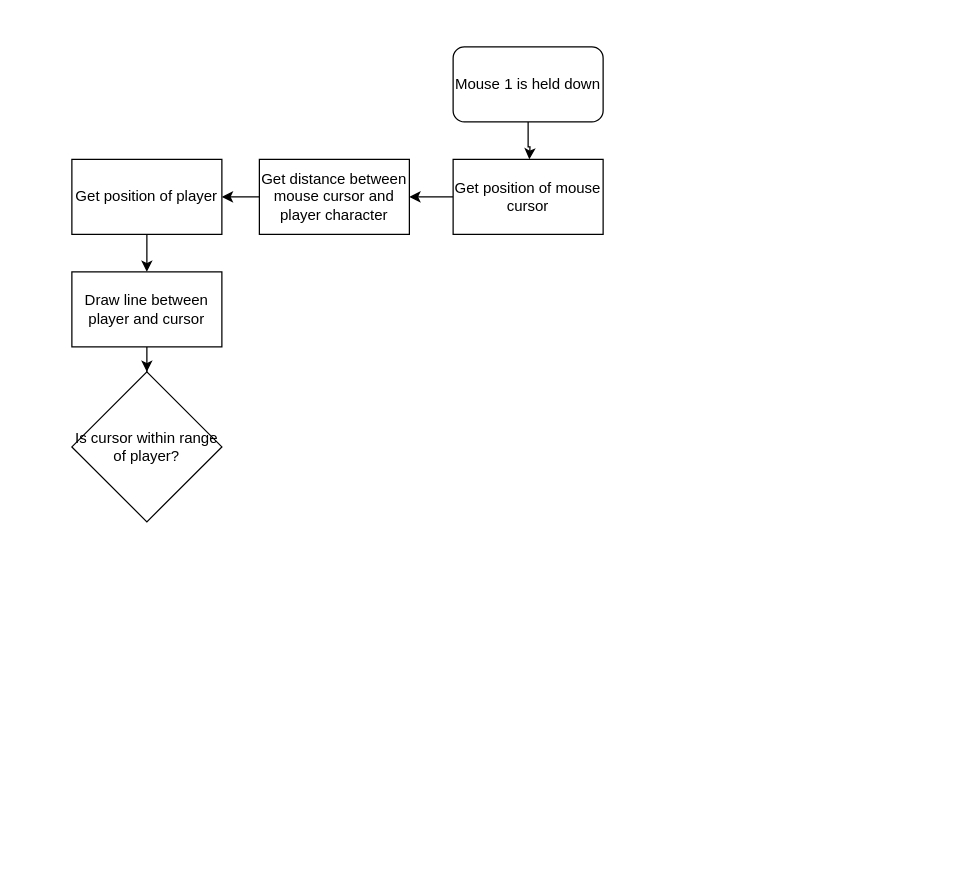
DanSohler/Game-Prototyping_Fundamental keeps this draw.io diagram as AM2L_Pseudocode.drawio. Above is the earlier version. Source tidied: cells renumbered, new cells numbered last; positions are measured from the earlier drawing's top-left corner, leaving out a move shared by most shapes. Both pictures are drawn from the tidied source at 125%, with x=0, y=0 at pixel (71, 46).
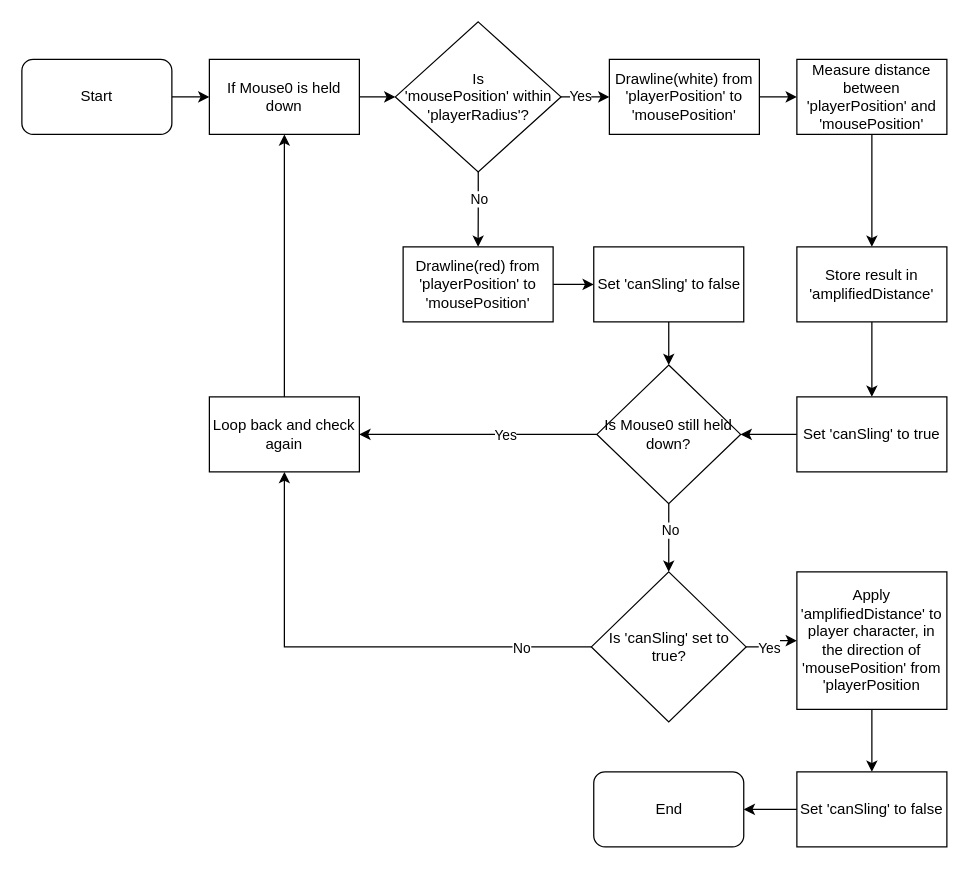
Above is the later version.

Change to the diagram source:
```diff
@@
-    <mxCell id="2" style="edgeStyle=orthogonalEdgeStyle;rounded=0;jettySize=auto;html=1;" parent="1" edge="1" source="3">
-      <mxGeometry relative="1" as="geometry">
-        <mxPoint x="366" y="90" as="targetPoint" />
-      </mxGeometry>
-    </mxCell>
-    <mxCell id="3" value="Mouse 1 is held down" style="rounded=1;whiteSpace=wrap;html=1;" parent="1" vertex="1">
-      <mxGeometry x="305" width="120" height="60" as="geometry" />
-    </mxCell>
-    <mxCell id="4" style="edgeStyle=orthogonalEdgeStyle;rounded=0;jettySize=auto;html=1;" parent="1" edge="1" source="5" target="11">
-      <mxGeometry relative="1" as="geometry" />
-    </mxCell>
-    <mxCell id="5" value="Get position of mouse cursor" style="rounded=0;whiteSpace=wrap;html=1;" parent="1" vertex="1">
-      <mxGeometry x="305" y="90" width="120" height="60" as="geometry" />
-    </mxCell>
-    <mxCell id="6" style="edgeStyle=orthogonalEdgeStyle;rounded=0;jettySize=auto;html=1;" parent="1" edge="1" source="7" target="9">
-      <mxGeometry relative="1" as="geometry" />
-    </mxCell>
-    <mxCell id="7" value="Get position of player" style="rounded=0;whiteSpace=wrap;html=1;" parent="1" vertex="1">
-      <mxGeometry y="90" width="120" height="60" as="geometry" />
-    </mxCell>
-    <mxCell id="8" style="edgeStyle=orthogonalEdgeStyle;rounded=0;jettySize=auto;html=1;" parent="1" edge="1" source="9" target="12">
-      <mxGeometry relative="1" as="geometry" />
-    </mxCell>
-    <mxCell id="9" value="Draw line between player and cursor" style="rounded=0;whiteSpace=wrap;html=1;" parent="1" vertex="1">
-      <mxGeometry y="180" width="120" height="60" as="geometry" />
-    </mxCell>
-    <mxCell id="10" style="edgeStyle=orthogonalEdgeStyle;rounded=0;jettySize=auto;html=1;" parent="1" edge="1" source="11" target="7">
-      <mxGeometry relative="1" as="geometry" />
-    </mxCell>
-    <mxCell id="11" value="Get distance between mouse cursor and player character" style="rounded=0;whiteSpace=wrap;html=1;" parent="1" vertex="1">
-      <mxGeometry x="150" y="90" width="120" height="60" as="geometry" />
-    </mxCell>
-    <mxCell id="12" value="Is cursor within range of player?" style="rhombus;whiteSpace=wrap;html=1;" parent="1" vertex="1">
-      <mxGeometry y="260" width="120" height="120" as="geometry" />
-    </mxCell>
+    <mxCell id="13" style="edgeStyle=orthogonalEdgeStyle;rounded=0;jettySize=auto;html=1;" parent="1" edge="1" source="14" target="16">
+      <mxGeometry relative="1" as="geometry" />
+    </mxCell>
+    <mxCell id="14" value="Start" style="rounded=1;whiteSpace=wrap;html=1;" parent="1" vertex="1">
+      <mxGeometry x="-40" y="10" width="120" height="60" as="geometry" />
+    </mxCell>
+    <mxCell id="15" style="edgeStyle=orthogonalEdgeStyle;rounded=0;jettySize=auto;html=1;" parent="1" edge="1" source="16" target="21">
+      <mxGeometry relative="1" as="geometry" />
+    </mxCell>
+    <mxCell id="16" value="If Mouse0 is held down" style="rounded=0;whiteSpace=wrap;html=1;" parent="1" vertex="1">
+      <mxGeometry x="110" y="10" width="120" height="60" as="geometry" />
+    </mxCell>
+    <mxCell id="17" style="edgeStyle=orthogonalEdgeStyle;rounded=0;jettySize=auto;html=1;" parent="1" edge="1" source="21" target="23">
+      <mxGeometry relative="1" as="geometry" />
+    </mxCell>
+    <mxCell id="18" value="Yes" style="edgeLabel;html=1;align=center;verticalAlign=middle;" parent="17" vertex="1">
+      <mxGeometry x="-0.26" y="1" relative="1" as="geometry" />
+    </mxCell>
+    <mxCell id="19" style="edgeStyle=orthogonalEdgeStyle;rounded=0;jettySize=auto;html=1;" parent="1" edge="1" source="21" target="36">
+      <mxGeometry relative="1" as="geometry" />
+    </mxCell>
+    <mxCell id="20" value="No" style="edgeLabel;html=1;align=center;verticalAlign=middle;" parent="19" vertex="1">
+      <mxGeometry x="-0.3" relative="1" as="geometry">
+        <mxPoint y="1" as="offset" />
+      </mxGeometry>
+    </mxCell>
+    <mxCell id="21" value="Is&lt;br&gt;'mousePosition' within 'playerRadius'?" style="rhombus;whiteSpace=wrap;html=1;" parent="1" vertex="1">
+      <mxGeometry x="258.8" y="-20" width="132.5" height="120" as="geometry" />
+    </mxCell>
+    <mxCell id="22" style="edgeStyle=orthogonalEdgeStyle;rounded=0;jettySize=auto;html=1;" parent="1" edge="1" source="23" target="25">
+      <mxGeometry relative="1" as="geometry" />
+    </mxCell>
+    <mxCell id="23" value="Drawline(white) from 'playerPosition' to 'mousePosition'" style="rounded=0;whiteSpace=wrap;html=1;" parent="1" vertex="1">
+      <mxGeometry x="430" y="10" width="120" height="60" as="geometry" />
+    </mxCell>
+    <mxCell id="24" style="edgeStyle=orthogonalEdgeStyle;rounded=0;jettySize=auto;html=1;" parent="1" edge="1" source="25" target="27">
+      <mxGeometry relative="1" as="geometry" />
+    </mxCell>
+    <mxCell id="25" value="Measure distance between 'playerPosition' and 'mousePosition'" style="rounded=0;whiteSpace=wrap;html=1;" parent="1" vertex="1">
+      <mxGeometry x="580" y="10" width="120" height="60" as="geometry" />
+    </mxCell>
+    <mxCell id="26" style="edgeStyle=orthogonalEdgeStyle;rounded=0;jettySize=auto;html=1;" parent="1" edge="1" source="27" target="29">
+      <mxGeometry relative="1" as="geometry" />
+    </mxCell>
+    <mxCell id="27" value="Store result in 'amplifiedDistance'" style="rounded=0;whiteSpace=wrap;html=1;" parent="1" vertex="1">
+      <mxGeometry x="580" y="160" width="120" height="60" as="geometry" />
+    </mxCell>
+    <mxCell id="28" style="edgeStyle=orthogonalEdgeStyle;rounded=0;jettySize=auto;html=1;" parent="1" edge="1" source="29" target="34">
+      <mxGeometry relative="1" as="geometry" />
+    </mxCell>
+    <mxCell id="29" value="Set 'canSling' to true" style="rounded=0;whiteSpace=wrap;html=1;" parent="1" vertex="1">
+      <mxGeometry x="580" y="280" width="120" height="60" as="geometry" />
+    </mxCell>
+    <mxCell id="30" style="edgeStyle=orthogonalEdgeStyle;rounded=0;jettySize=auto;html=1;" parent="1" edge="1" source="34" target="40">
+      <mxGeometry relative="1" as="geometry" />
+    </mxCell>
+    <mxCell id="31" value="Yes" style="edgeLabel;html=1;align=center;verticalAlign=middle;" parent="30" vertex="1">
+      <mxGeometry x="-0.22" relative="1" as="geometry" />
+    </mxCell>
+    <mxCell id="32" style="edgeStyle=orthogonalEdgeStyle;rounded=0;jettySize=auto;html=1;" parent="1" edge="1" source="34" target="45">
+      <mxGeometry relative="1" as="geometry" />
+    </mxCell>
+    <mxCell id="33" value="No" style="edgeLabel;html=1;align=center;verticalAlign=middle;" parent="32" vertex="1">
+      <mxGeometry x="-0.22" y="1" relative="1" as="geometry" />
+    </mxCell>
+    <mxCell id="34" value="Is Mouse0 still held down?" style="rhombus;whiteSpace=wrap;html=1;" parent="1" vertex="1">
+      <mxGeometry x="420" y="254.5" width="115" height="111" as="geometry" />
+    </mxCell>
+    <mxCell id="35" style="edgeStyle=orthogonalEdgeStyle;rounded=0;jettySize=auto;html=1;" parent="1" edge="1" source="36" target="38">
+      <mxGeometry relative="1" as="geometry" />
+    </mxCell>
+    <mxCell id="36" value="Drawline(red) from 'playerPosition' to 'mousePosition'" style="rounded=0;whiteSpace=wrap;html=1;" parent="1" vertex="1">
+      <mxGeometry x="265" y="160" width="120" height="60" as="geometry" />
+    </mxCell>
+    <mxCell id="37" style="edgeStyle=orthogonalEdgeStyle;rounded=0;jettySize=auto;html=1;" parent="1" edge="1" source="38" target="34">
+      <mxGeometry relative="1" as="geometry" />
+    </mxCell>
+    <mxCell id="38" value="Set 'canSling' to false" style="rounded=0;whiteSpace=wrap;html=1;" parent="1" vertex="1">
+      <mxGeometry x="417.5" y="160" width="120" height="60" as="geometry" />
+    </mxCell>
+    <mxCell id="39" style="edgeStyle=orthogonalEdgeStyle;rounded=0;jettySize=auto;html=1;entryX=0.5;entryY=1;entryDx=0;entryDy=0;" parent="1" edge="1" source="40" target="16">
+      <mxGeometry relative="1" as="geometry" />
+    </mxCell>
+    <mxCell id="40" value="Loop back and check again" style="rounded=0;whiteSpace=wrap;html=1;" parent="1" vertex="1">
+      <mxGeometry x="110" y="280" width="120" height="60" as="geometry" />
+    </mxCell>
+    <mxCell id="41" style="edgeStyle=orthogonalEdgeStyle;rounded=0;jettySize=auto;html=1;" parent="1" edge="1" source="45" target="40">
+      <mxGeometry relative="1" as="geometry" />
+    </mxCell>
+    <mxCell id="42" value="No" style="edgeLabel;html=1;align=center;verticalAlign=middle;" parent="41" vertex="1">
+      <mxGeometry x="-0.71" relative="1" as="geometry" />
+    </mxCell>
+    <mxCell id="43" style="edgeStyle=orthogonalEdgeStyle;rounded=0;jettySize=auto;html=1;" parent="1" edge="1" source="45" target="47">
+      <mxGeometry relative="1" as="geometry" />
+    </mxCell>
+    <mxCell id="44" value="Yes" style="edgeLabel;html=1;align=center;verticalAlign=middle;" parent="43" vertex="1">
+      <mxGeometry x="-0.21" relative="1" as="geometry" />
+    </mxCell>
+    <mxCell id="45" value="Is 'canSling' set to true?" style="rhombus;whiteSpace=wrap;html=1;" parent="1" vertex="1">
+      <mxGeometry x="415.6" y="420" width="123.8" height="120" as="geometry" />
+    </mxCell>
+    <mxCell id="46" style="edgeStyle=orthogonalEdgeStyle;rounded=0;jettySize=auto;html=1;" parent="1" edge="1" source="47" target="49">
+      <mxGeometry relative="1" as="geometry" />
+    </mxCell>
+    <mxCell id="47" value="Apply 'amplifiedDistance' to player character, in the direction of 'mousePosition' from 'playerPosition" style="rounded=0;whiteSpace=wrap;html=1;" parent="1" vertex="1">
+      <mxGeometry x="580" y="420" width="120" height="110" as="geometry" />
+    </mxCell>
+    <mxCell id="48" style="edgeStyle=orthogonalEdgeStyle;rounded=0;jettySize=auto;html=1;" parent="1" edge="1" source="49" target="50">
+      <mxGeometry relative="1" as="geometry" />
+    </mxCell>
+    <mxCell id="49" value="Set 'canSling' to false" style="rounded=0;whiteSpace=wrap;html=1;" parent="1" vertex="1">
+      <mxGeometry x="580" y="580" width="120" height="60" as="geometry" />
+    </mxCell>
+    <mxCell id="50" value="End" style="rounded=1;whiteSpace=wrap;html=1;" parent="1" vertex="1">
+      <mxGeometry x="417.5" y="580" width="120" height="60" as="geometry" />
+    </mxCell>
```
